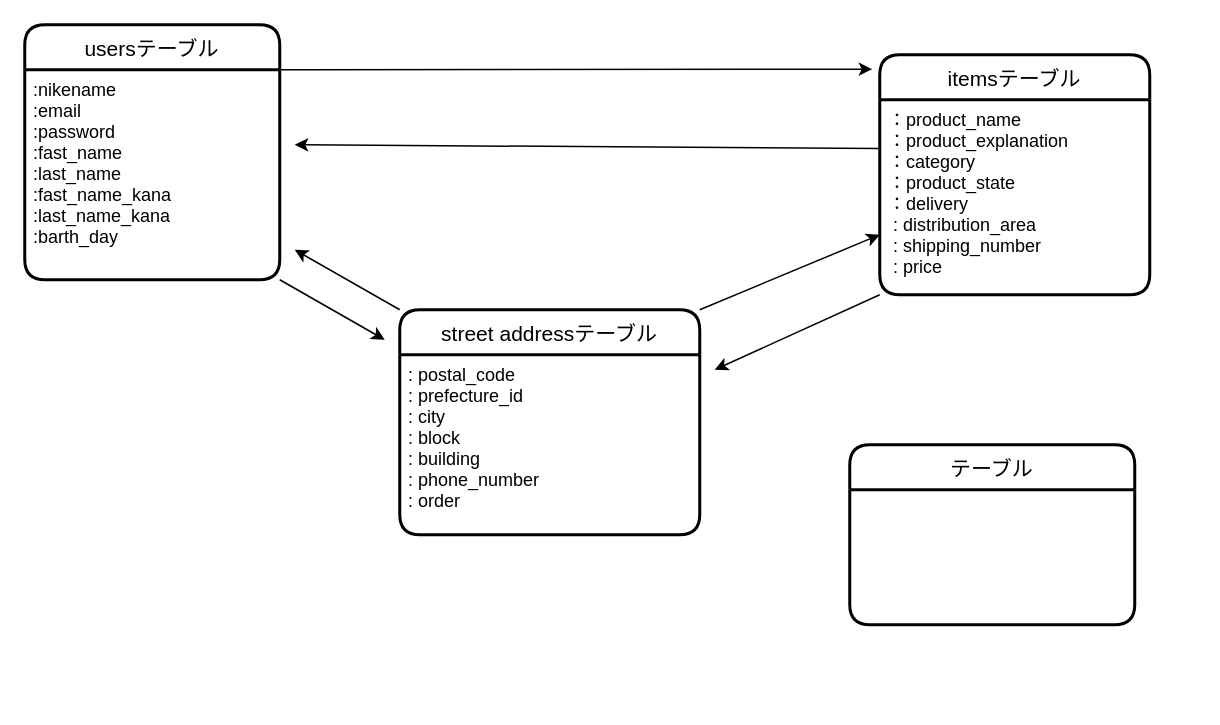
This is t.t.dio from takuya-takemasa/furima-32649, a draw.io file, before an edit. Source tidied: cells renumbered, new cells numbered last; positions are measured from the earlier drawing's top-left corner, leaving out a move shared by most shapes. Both pictures are drawn from the tidied source at 150%, with x=0, y=0 at pixel (24, 24).
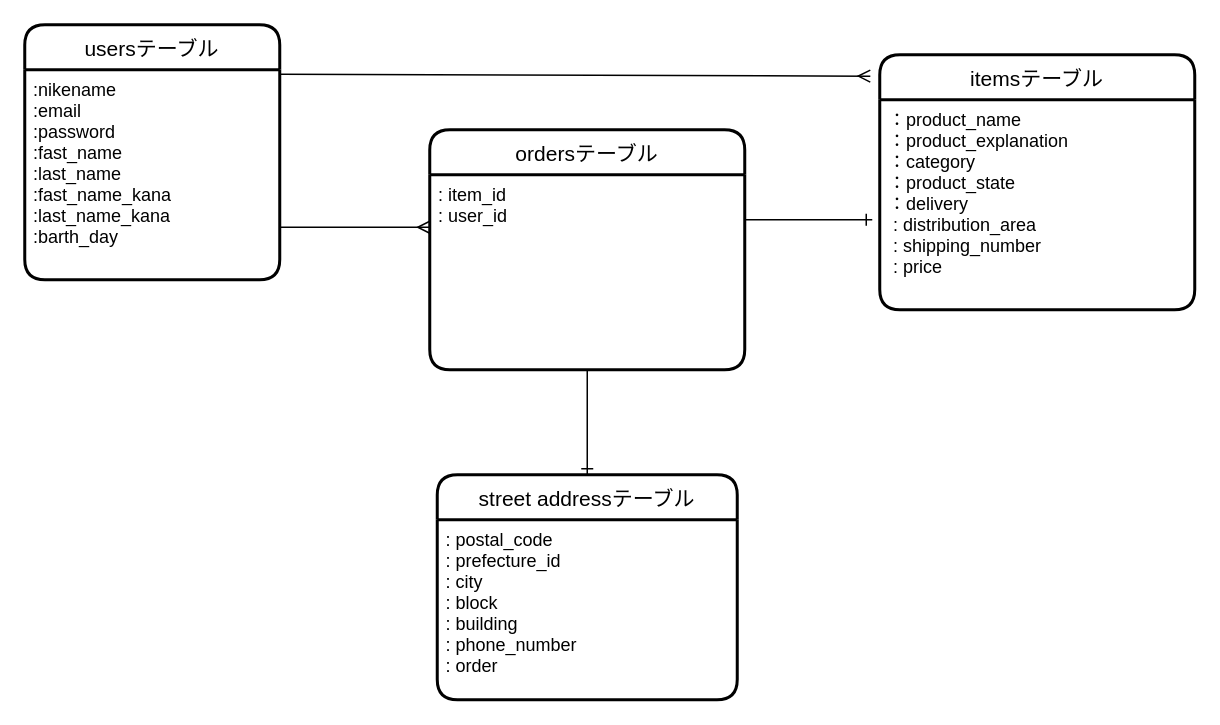
The same diagram, later.

Commit message (it also covers changes not shown here):
データベース設計２回目

What changed in the source:
```diff
@@
 <mxGraphModel>
   <root>
     <mxCell id="0" />
     <mxCell id="1" parent="0" />
     <mxCell id="2" value="usersテーブル" style="swimlane;horizontal=1;startSize=30;rounded=1;fontSize=14;fontStyle=0;strokeWidth=2;shadow=0;dashed=0;align=center;" parent="1" vertex="1">
       <mxGeometry width="170" height="170" as="geometry" />
     </mxCell>
     <mxCell id="3" value=":nikename&#10;:email&#10;:password&#10;:fast_name&#10;:last_name&#10;:fast_name_kana&#10;:last_name_kana&#10;:barth_day&#10;" style="align=left;strokeColor=none;fillColor=none;spacingLeft=4;fontSize=12;verticalAlign=top;" parent="2" vertex="1">
       <mxGeometry y="30" width="170" height="140" as="geometry" />
     </mxCell>
-    <mxCell id="4" value="テーブル" style="swimlane;horizontal=1;startSize=30;rounded=1;fontSize=14;fontStyle=0;strokeWidth=2;shadow=0;dashed=0;align=center;" parent="1" vertex="1">
-      <mxGeometry x="550" y="280" width="190" height="120" as="geometry" />
-    </mxCell>
     <mxCell id="5" value="itemsテーブル" style="swimlane;horizontal=1;startSize=30;rounded=1;fontSize=14;fontStyle=0;strokeWidth=2;shadow=0;dashed=0;align=center;" parent="1" vertex="1">
-      <mxGeometry x="570" y="20" width="180" height="160" as="geometry" />
+      <mxGeometry x="570" y="20" width="210" height="170" as="geometry" />
     </mxCell>
     <mxCell id="6" value="：product_name&#10;：product_explanation&#10;：category&#10;：product_state&#10;：delivery&#10; : distribution_area&#10; : shipping_number&#10; : price" style="align=left;strokeColor=none;fillColor=none;spacingLeft=4;fontSize=12;verticalAlign=top;" parent="5" vertex="1">
-      <mxGeometry y="30" width="180" height="130" as="geometry" />
+      <mxGeometry y="30" width="210" height="140" as="geometry" />
     </mxCell>
-    <mxCell id="7" style="rounded=0;jettySize=auto;html=1;exitX=1;exitY=0;exitDx=0;exitDy=0;entryX=0;entryY=0.75;entryDx=0;entryDy=0;" parent="1" edge="1" source="9" target="5">
-      <mxGeometry relative="1" as="geometry" />
-    </mxCell>
-    <mxCell id="8" style="edgeStyle=none;rounded=0;jettySize=auto;html=1;exitX=0;exitY=0;exitDx=0;exitDy=0;" parent="1" edge="1" source="9">
-      <mxGeometry relative="1" as="geometry">
-        <mxPoint x="180" y="150" as="targetPoint" />
-      </mxGeometry>
-    </mxCell>
     <mxCell id="9" value="street addressテーブル" style="swimlane;horizontal=1;startSize=30;rounded=1;fontSize=14;fontStyle=0;strokeWidth=2;shadow=0;dashed=0;align=center;" parent="1" vertex="1">
-      <mxGeometry x="250" y="190" width="200" height="150" as="geometry" />
+      <mxGeometry x="275" y="300" width="200" height="150" as="geometry" />
     </mxCell>
     <mxCell id="10" value=": postal_code&#10;: prefecture_id &#10;: city&#10;: block&#10;: building &#10;: phone_number&#10;: order&#10;" style="align=left;strokeColor=none;fillColor=none;spacingLeft=4;fontSize=12;verticalAlign=top;" parent="9" vertex="1">
       <mxGeometry y="30" width="200" height="120" as="geometry" />
     </mxCell>
-    <mxCell id="11" style="edgeStyle=orthogonalEdgeStyle;rounded=0;jettySize=auto;html=1;exitX=1;exitY=0;exitDx=0;exitDy=0;entryX=-0.028;entryY=0.06;entryDx=0;entryDy=0;entryPerimeter=0;" parent="1" edge="1" source="3" target="5">
-      <mxGeometry relative="1" as="geometry">
-        <Array as="points">
-          <mxPoint x="190" y="30" />
-        </Array>
-      </mxGeometry>
-    </mxCell>
-    <mxCell id="12" style="edgeStyle=none;rounded=0;jettySize=auto;html=1;exitX=1;exitY=1;exitDx=0;exitDy=0;" parent="1" edge="1" source="3">
-      <mxGeometry relative="1" as="geometry">
-        <mxPoint x="240" y="210" as="targetPoint" />
-      </mxGeometry>
-    </mxCell>
-    <mxCell id="13" style="edgeStyle=none;rounded=0;jettySize=auto;html=1;exitX=0;exitY=1;exitDx=0;exitDy=0;" parent="1" edge="1" source="6">
-      <mxGeometry relative="1" as="geometry">
-        <mxPoint x="460" y="230" as="targetPoint" />
-      </mxGeometry>
-    </mxCell>
-    <mxCell id="14" style="edgeStyle=none;rounded=0;jettySize=auto;html=1;exitX=0;exitY=0.25;exitDx=0;exitDy=0;" parent="1" edge="1" source="6">
+    <mxCell id="14" style="edgeStyle=none;rounded=0;jettySize=auto;html=1;entryX=-0.03;entryY=0.084;entryDx=0;entryDy=0;entryPerimeter=0;endArrow=ERmany;endFill=0;" parent="1" edge="1" target="5">
       <mxGeometry relative="1" as="geometry">
-        <mxPoint x="180" y="80" as="targetPoint" />
+        <mxPoint x="170" y="33" as="sourcePoint" />
       </mxGeometry>
     </mxCell>
+    <mxCell id="15" value="ordersテーブル" style="swimlane;horizontal=1;startSize=30;rounded=1;fontSize=14;fontStyle=0;strokeWidth=2;shadow=0;dashed=0;align=center;" parent="1" vertex="1">
+      <mxGeometry x="270" y="70" width="210" height="160" as="geometry" />
+    </mxCell>
+    <mxCell id="16" value=": item_id&#10;: user_id &#10;" style="align=left;strokeColor=none;fillColor=none;spacingLeft=4;fontSize=12;verticalAlign=top;" parent="15" vertex="1">
+      <mxGeometry y="30" width="210" height="120" as="geometry" />
+    </mxCell>
+    <mxCell id="17" value="&#10;" style="align=left;strokeColor=none;fillColor=none;spacingLeft=4;fontSize=12;verticalAlign=top;" parent="15" vertex="1">
+      <mxGeometry y="150" width="210" height="10" as="geometry" />
+    </mxCell>
+    <mxCell id="18" style="edgeStyle=none;rounded=0;jettySize=auto;html=1;exitX=1;exitY=0.75;exitDx=0;exitDy=0;endArrow=ERmany;endFill=0;" parent="1" edge="1" source="3">
+      <mxGeometry relative="1" as="geometry">
+        <mxPoint x="270" y="135" as="targetPoint" />
+      </mxGeometry>
+    </mxCell>
+    <mxCell id="19" style="edgeStyle=none;rounded=0;jettySize=auto;html=1;exitX=0.5;exitY=1;exitDx=0;exitDy=0;entryX=0.5;entryY=0;entryDx=0;entryDy=0;endArrow=ERone;endFill=0;" parent="1" edge="1" source="17" target="9">
+      <mxGeometry relative="1" as="geometry" />
+    </mxCell>
+    <mxCell id="20" style="edgeStyle=none;rounded=0;jettySize=auto;html=1;exitX=1;exitY=0.25;exitDx=0;exitDy=0;endArrow=ERone;endFill=0;" parent="1" edge="1" source="16">
+      <mxGeometry relative="1" as="geometry">
+        <mxPoint x="565" y="130" as="targetPoint" />
+      </mxGeometry>
+    </mxCell>
   </root>
 </mxGraphModel>
```
